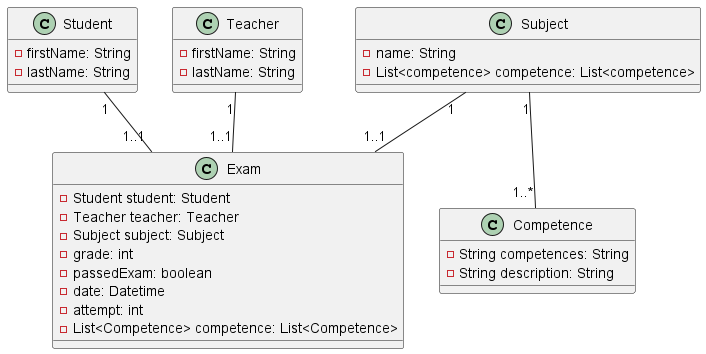
Before: docs/modell.png, a diagram exported from PlantUML (oliversugic/nostparkplatz). Source of this version:
```plantuml
@startuml
class Student{
    - firstName: String
    - lastName: String
}

class Teacher {
    - firstName: String
    - lastName: String
}

class Subject {
    - name: String
    - List<competence> competence: List<competence>
}
class Competence {
    - String competences: String
    - String description: String
}

class Exam{
    - Student student: Student
    - Teacher teacher: Teacher
    - Subject subject: Subject
    - grade: int
    - passedExam: boolean
    - date: Datetime
    - attempt: int
    - List<Competence> competence: List<Competence>
}


Student "1" -- "1..1" Exam
Teacher "1" -- "1..1" Exam
Subject "1" -- "1..1" Exam
Subject "1" -- "1..*" Competence

@enduml
```
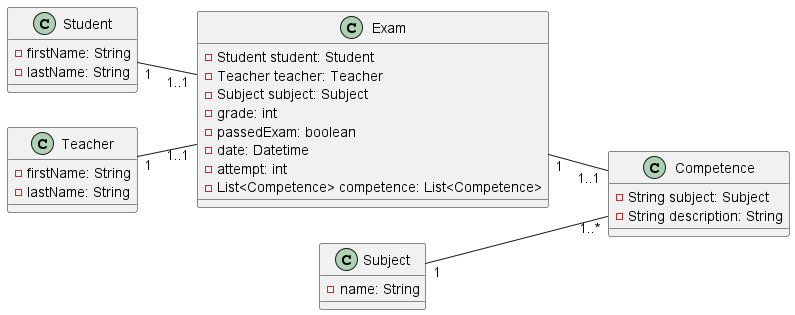
After the change.

Change to the diagram source:
```diff
@@ -1,4 +1,7 @@
 @startuml
+
+left to right direction
+
 class Student{
     - firstName: String
     - lastName: String
@@ -11,10 +14,9 @@
 
 class Subject {
     - name: String
-    - List<competence> competence: List<competence>
 }
 class Competence {
-    - String competences: String
+    - String subject: Subject
     - String description: String
 }
 
@@ -29,10 +31,12 @@
     - List<Competence> competence: List<Competence>
 }
 
+Student "1" -- "1..1" Exam
 
-Student "1" -- "1..1" Exam
 Teacher "1" -- "1..1" Exam
-Subject "1" -- "1..1" Exam
+
+Exam "1" -- "1..1" Competence
+
 Subject "1" -- "1..*" Competence
 
 @enduml
```
